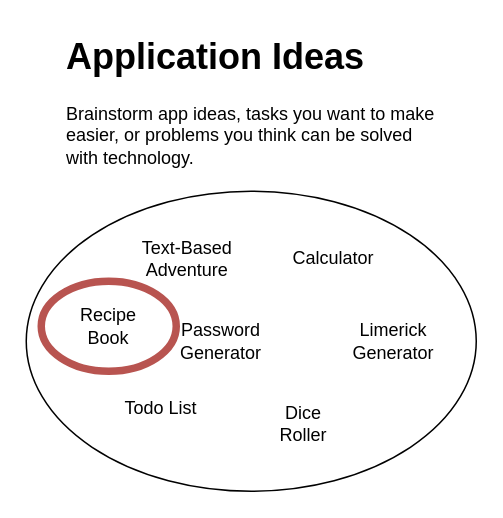
This is page "Page-1" (1 of 4) of ProceduralManual.drawio from EricOrrDev/Diagrams, a draw.io file, before an edit. Source tidied: cells renumbered, new cells numbered last; positions are measured from the earlier drawing's top-left corner, leaving out a move shared by most shapes. Both pictures are drawn from the tidied source at 150%, with x=0, y=0 at pixel (26, 26).
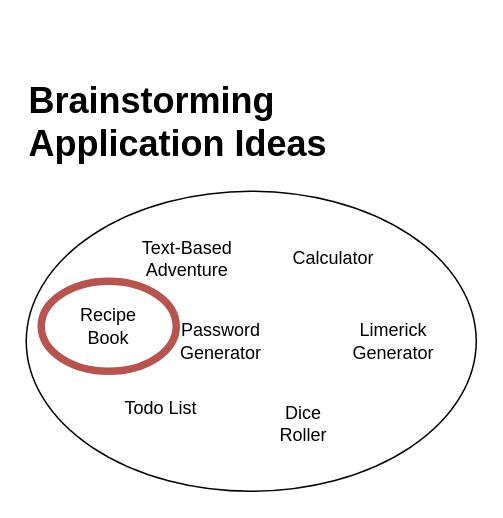
After the change.

What changed in the source:
```diff
@@
 <mxGraphModel>
   <root>
     <mxCell id="0" />
     <mxCell id="1" parent="0" />
     <mxCell id="2" style="ellipse;whiteSpace=wrap;html=1;" parent="1" vertex="1">
       <mxGeometry y="110" width="300" height="200" as="geometry" />
     </mxCell>
-    <mxCell id="3" value="&lt;h1 style=&quot;margin-top: 0px;&quot;&gt;Application Ideas&lt;br&gt;&lt;/h1&gt;&lt;p&gt;Brainstorm app ideas, tasks you want to make easier, or problems you think can be solved with technology.&lt;br&gt;&lt;/p&gt;" style="text;html=1;whiteSpace=wrap;overflow=hidden;rounded=0;" parent="1" vertex="1">
-      <mxGeometry x="25" width="250" height="120" as="geometry" />
-    </mxCell>
     <mxCell id="4" value="Limerick Generator" style="text;html=1;align=center;verticalAlign=middle;whiteSpace=wrap;rounded=0;" parent="1" vertex="1">
       <mxGeometry x="215" y="195" width="60" height="30" as="geometry" />
     </mxCell>
     <mxCell id="5" value="Recipe Book" style="text;html=1;align=center;verticalAlign=middle;whiteSpace=wrap;rounded=0;" parent="1" vertex="1">
       <mxGeometry x="25" y="185" width="60" height="30" as="geometry" />
     </mxCell>
     <mxCell id="6" value="Calculator" style="text;html=1;align=center;verticalAlign=middle;whiteSpace=wrap;rounded=0;" parent="1" vertex="1">
       <mxGeometry x="175" y="140" width="60" height="30" as="geometry" />
     </mxCell>
     <mxCell id="7" value="Dice Roller" style="text;html=1;align=center;verticalAlign=middle;whiteSpace=wrap;rounded=0;" parent="1" vertex="1">
       <mxGeometry x="155" y="250" width="60" height="30" as="geometry" />
     </mxCell>
     <mxCell id="8" value="&lt;div&gt;Todo List&lt;br&gt;&lt;/div&gt;" style="text;html=1;align=center;verticalAlign=middle;whiteSpace=wrap;rounded=0;" parent="1" vertex="1">
       <mxGeometry x="60" y="240" width="60" height="30" as="geometry" />
     </mxCell>
     <mxCell id="9" value="Text-Based Adventure" style="text;html=1;align=center;verticalAlign=middle;whiteSpace=wrap;rounded=0;" parent="1" vertex="1">
       <mxGeometry x="70" y="140" width="75" height="30" as="geometry" />
     </mxCell>
     <mxCell id="10" value="Password Generator" style="text;html=1;align=center;verticalAlign=middle;whiteSpace=wrap;rounded=0;" parent="1" vertex="1">
       <mxGeometry x="100" y="195" width="60" height="30" as="geometry" />
     </mxCell>
     <mxCell id="11" style="ellipse;whiteSpace=wrap;html=1;fillColor=none;strokeColor=#b85450;strokeWidth=5;" parent="1" vertex="1">
       <mxGeometry x="10" y="170" width="90" height="60" as="geometry" />
     </mxCell>
+    <mxCell id="12" value="&lt;h1 style=&quot;margin-top: 0px;&quot;&gt;Brainstorming Application Ideas&lt;br&gt;&lt;/h1&gt;" style="text;html=1;whiteSpace=wrap;overflow=hidden;rounded=0;" parent="1" vertex="1">
+      <mxGeometry y="29" width="250" height="80" as="geometry" />
+    </mxCell>
   </root>
 </mxGraphModel>
```
